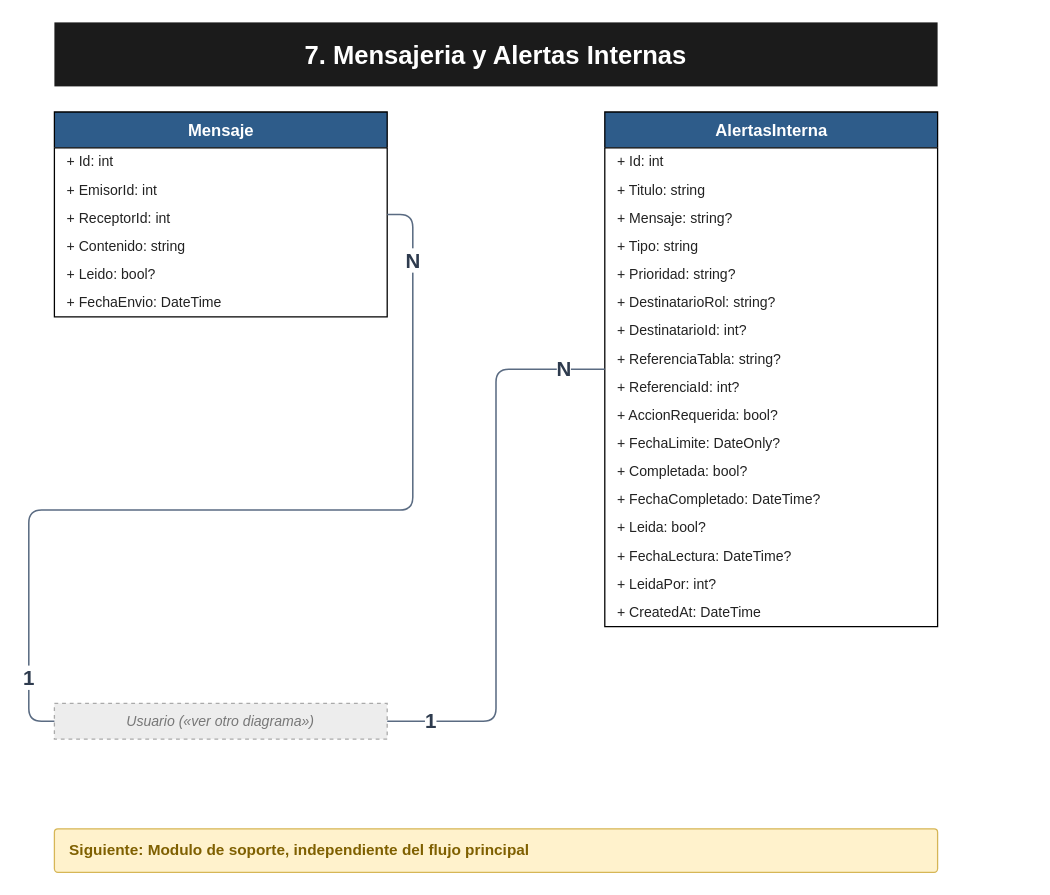
The draw.io diagram page "7. Mensajeria y Alertas Internas" (7 of 7) of Document/diagramas/Drawio/Diagrama_Clases_Negocio.drawio in AndresPrograma-desing/Vet-API-.Net, before the edit. Source tidied: cells renumbered, new cells numbered last; positions are measured from the earlier drawing's top-left corner, leaving out a move shared by most shapes. Both pictures are drawn from the tidied source at 128%, with x=0, y=0 at pixel (54, 22).
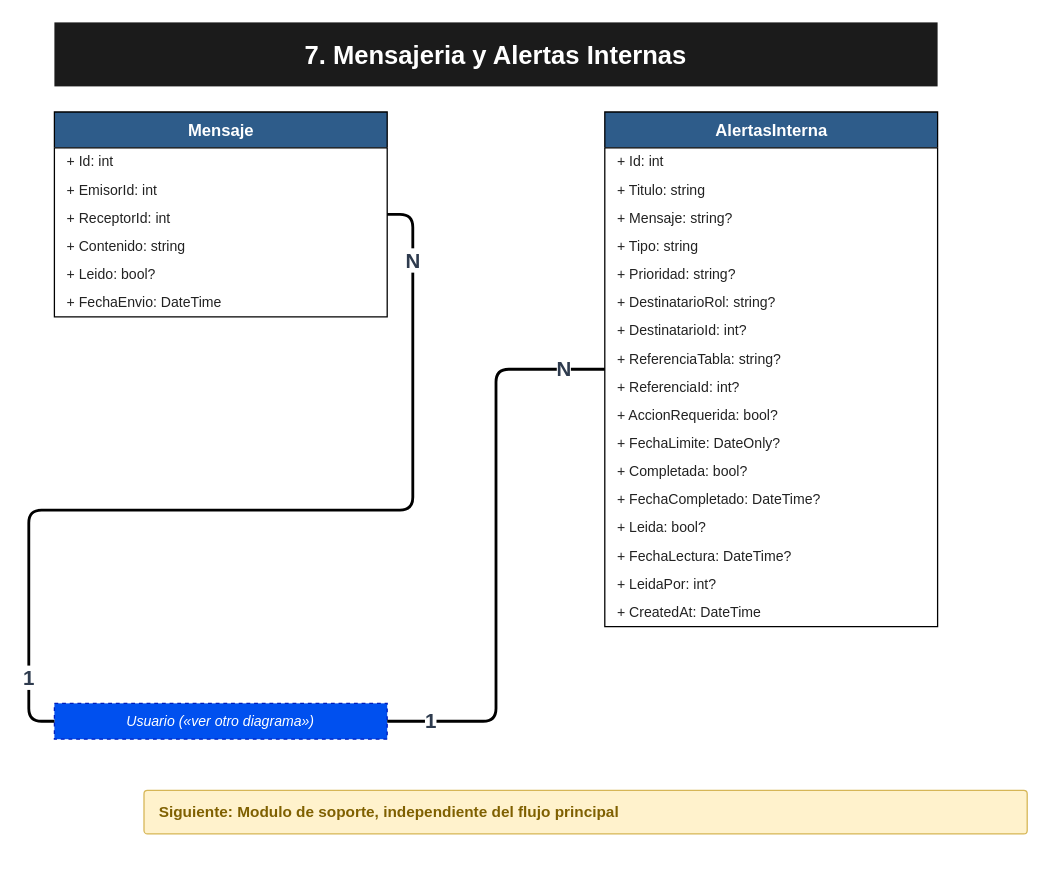
The same page after the edit.

The change refers to these unchanged cells:
```xml
<mxCell id="3" style="swimlane;whiteSpace=wrap;html=1;fillColor=#2E5C8A;strokeColor=#000000;fontColor=#FFFFFF;fontStyle=1;fontSize=13;startSize=28;swimlaneFillColor=#FFFFFF;" parent="1" vertex="1">
  <mxGeometry y="70" width="260" height="160" as="geometry" />
</mxCell>
<mxCell id="11" style="swimlane;whiteSpace=wrap;html=1;fillColor=#2E5C8A;strokeColor=#000000;fontColor=#FFFFFF;fontStyle=1;fontSize=13;startSize=28;swimlaneFillColor=#FFFFFF;" parent="1" vertex="1">
  <mxGeometry x="430" y="70" width="260" height="402" as="geometry" />
</mxCell>
```

Change to the diagram source:
```diff
@@
-    <mxCell id="30" value="Usuario  («ver otro diagrama»)" style="rounded=0;whiteSpace=wrap;html=1;fillColor=#EDEDED;strokeColor=#AAAAAA;fontColor=#777777;fontStyle=2;fontSize=11;dashed=1;verticalAlign=middle;align=center;" parent="1" vertex="1">
+    <mxCell id="30" value="Usuario  («ver otro diagrama»)" style="rounded=0;whiteSpace=wrap;html=1;fillColor=#0050ef;strokeColor=#001DBC;fontColor=#ffffff;fontStyle=2;fontSize=11;dashed=1;verticalAlign=middle;align=center;" parent="1" vertex="1">
       <mxGeometry y="532" width="260" height="28" as="geometry" />
     </mxCell>
     <mxCell id="31" value="Siguiente: Modulo de soporte, independiente del flujo principal" style="rounded=1;whiteSpace=wrap;html=1;fillColor=#FFF2CC;strokeColor=#D6B656;fontColor=#7F6000;fontStyle=1;fontSize=12;align=left;spacingLeft=10;verticalAlign=middle;arcSize=8;" parent="1" vertex="1">
-      <mxGeometry y="630" width="690" height="34" as="geometry" />
+      <mxGeometry x="70" y="600" width="690" height="34" as="geometry" />
     </mxCell>
-    <mxCell id="32" style="edgeStyle=orthogonalEdgeStyle;rounded=1;html=1;endArrow=none;startArrow=none;strokeColor=#5A6B82;strokeWidth=1.2;exitX=1;exitY=0.5;exitDx=0;exitDy=0;entryX=0;entryY=0.5;entryDx=0;entryDy=0;jettySize=auto;" parent="1" edge="1" source="3" target="30">
+    <mxCell id="32" style="edgeStyle=orthogonalEdgeStyle;rounded=1;html=1;endArrow=none;startArrow=none;strokeColor=#000000;strokeWidth=2.2;exitX=1;exitY=0.5;exitDx=0;exitDy=0;entryX=0;entryY=0.5;entryDx=0;entryDy=0;jettySize=auto;align=center;verticalAlign=middle;fontFamily=Helvetica;fontSize=11;fontColor=default;labelBackgroundColor=default;" parent="1" edge="1" source="3" target="30">
       <mxGeometry relative="1" as="geometry" />
     </mxCell>
@@
-    <mxCell id="35" style="edgeStyle=orthogonalEdgeStyle;rounded=1;html=1;endArrow=none;startArrow=none;strokeColor=#5A6B82;strokeWidth=1.2;exitX=0;exitY=0.5;exitDx=0;exitDy=0;entryX=1;entryY=0.5;entryDx=0;entryDy=0;jettySize=auto;" parent="1" edge="1" source="11" target="30">
+    <mxCell id="35" style="edgeStyle=orthogonalEdgeStyle;rounded=1;html=1;endArrow=none;startArrow=none;strokeColor=#000000;strokeWidth=2.2;exitX=0;exitY=0.5;exitDx=0;exitDy=0;entryX=1;entryY=0.5;entryDx=0;entryDy=0;jettySize=auto;align=center;verticalAlign=middle;fontFamily=Helvetica;fontSize=11;fontColor=default;labelBackgroundColor=default;" parent="1" edge="1" source="11" target="30">
       <mxGeometry relative="1" as="geometry" />
     </mxCell>
```
